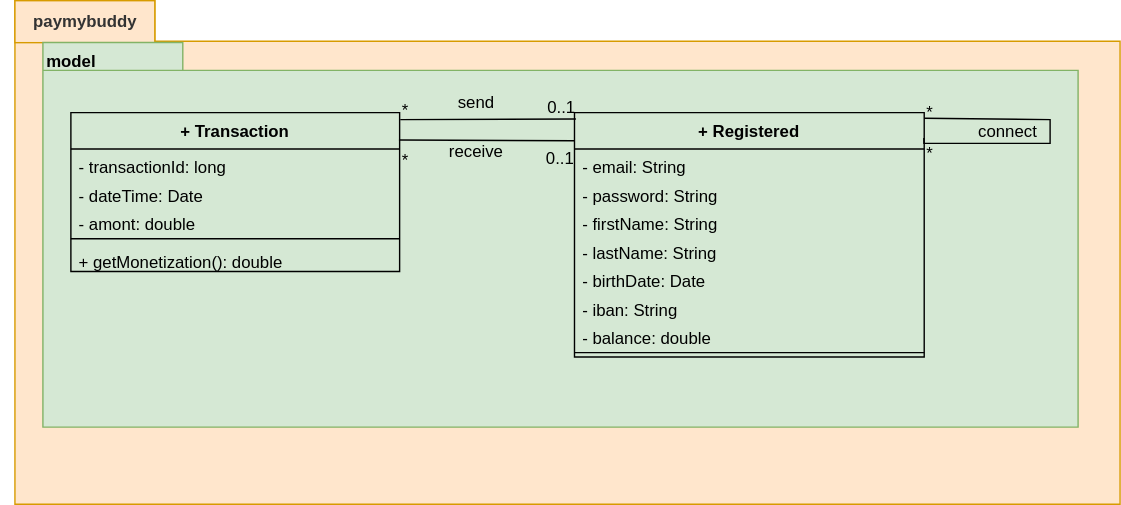
emmo78/com.paymybuddy.paymybuddy keeps this draw.io diagram as UML/payMyBuddyUML-ModelClasses.svg. Above is the earlier version. Source tidied: cells renumbered, new cells last; positions are measured from the earlier drawing's top-left corner, leaving out a move shared by most shapes.
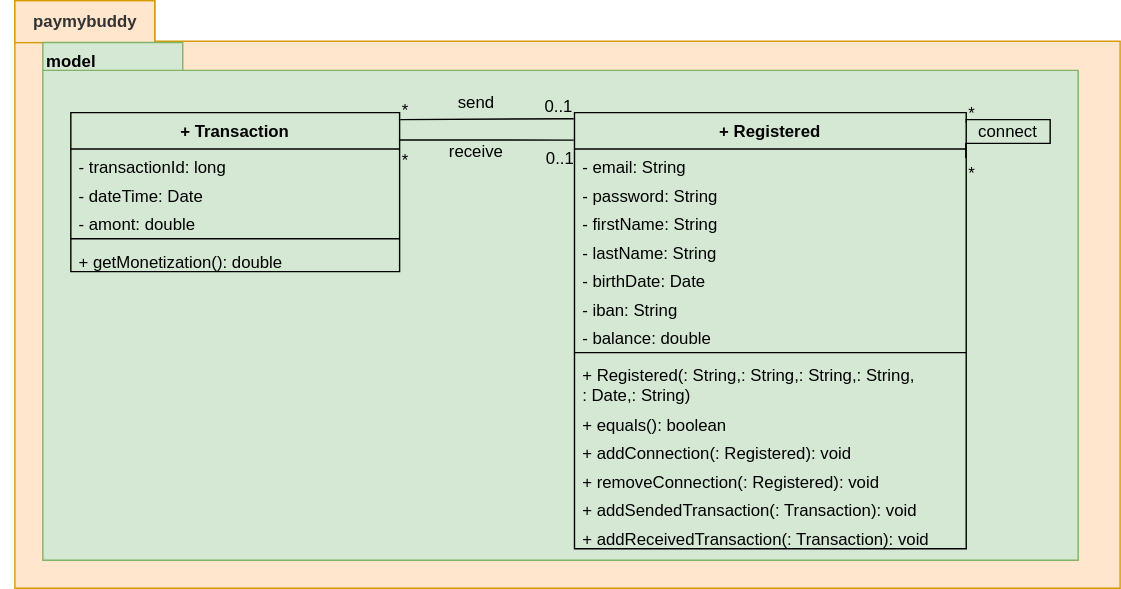
The same diagram one commit later.

Commit message:
wip : Registered ManyToMany Registered, joinTable connection, bidirectional done

Diff of the diagram source:
```diff
@@ -3,44 +3,62 @@
     <mxCell id="0" />
     <mxCell id="1" parent="0" />
     <mxCell id="2" style="shape=folder;fontStyle=1;spacingTop=10;tabWidth=100;tabHeight=29;tabPosition=left;html=1;fillColor=#ffe6cc;strokeColor=#d79b00;rotation=0;" parent="1" vertex="1">
-      <mxGeometry x="10" width="790" height="360" as="geometry" />
+      <mxGeometry x="10" width="790" height="420" as="geometry" />
     </mxCell>
     <mxCell id="3" value="&lt;b style=&quot;color: rgb(51, 51, 51);&quot;&gt;paymybuddy&lt;br&gt;&lt;/b&gt;" style="text;html=1;align=center;verticalAlign=middle;strokeColor=#d79b00;fillColor=#ffe6cc;gradientColor=none;glass=0;" parent="1" vertex="1">
       <mxGeometry x="10" width="100" height="30" as="geometry" />
     </mxCell>
     <mxCell id="4" style="shape=folder;fontStyle=1;spacingTop=10;tabWidth=100;tabHeight=20;tabPosition=left;html=1;fillColor=#d5e8d4;strokeColor=#82b366;" parent="1" vertex="1">
-      <mxGeometry x="30" y="29.8" width="740" height="275" as="geometry" />
+      <mxGeometry x="30" y="29.8" width="740" height="370.2" as="geometry" />
     </mxCell>
     <mxCell id="5" value="&lt;span style=&quot;font-size: 12px;&quot;&gt;model&lt;/span&gt;" style="text;strokeColor=none;fillColor=none;html=1;fontSize=24;fontStyle=1;verticalAlign=middle;align=center;" parent="1" vertex="1">
       <mxGeometry y="20" width="100" height="40" as="geometry" />
     </mxCell>
     <mxCell id="6" value="+ Registered" style="swimlane;fontStyle=1;align=center;verticalAlign=top;horizontal=1;startSize=26;fillColor=#d5e8d4;strokeColor=#000000;" parent="1" vertex="1">
-      <mxGeometry x="410" y="80" width="250" height="174.7" as="geometry" />
+      <mxGeometry x="410" y="80" width="280" height="311.7" as="geometry" />
     </mxCell>
     <mxCell id="7" value="- email: String" style="text;strokeColor=none;fillColor=none;align=left;verticalAlign=top;spacingLeft=4;spacingRight=4;overflow=hidden;" parent="6" vertex="1">
-      <mxGeometry y="26" width="250" height="20.3" as="geometry" />
+      <mxGeometry y="26" width="280" height="20.3" as="geometry" />
     </mxCell>
     <mxCell id="8" value="- password: String" style="text;strokeColor=none;fillColor=none;align=left;verticalAlign=top;spacingLeft=4;spacingRight=4;overflow=hidden;" parent="6" vertex="1">
-      <mxGeometry y="46.3" width="250" height="20.3" as="geometry" />
+      <mxGeometry y="46.3" width="280" height="20.3" as="geometry" />
     </mxCell>
     <mxCell id="9" value="- firstName: String" style="text;strokeColor=none;fillColor=none;align=left;verticalAlign=top;spacingLeft=4;spacingRight=4;overflow=hidden;" parent="6" vertex="1">
-      <mxGeometry y="66.7" width="250" height="20.3" as="geometry" />
+      <mxGeometry y="66.7" width="280" height="20.3" as="geometry" />
     </mxCell>
     <mxCell id="10" value="- lastName: String" style="text;strokeColor=none;fillColor=none;align=left;verticalAlign=top;spacingLeft=4;spacingRight=4;overflow=hidden;" parent="6" vertex="1">
-      <mxGeometry y="87" width="250" height="20.3" as="geometry" />
+      <mxGeometry y="87" width="280" height="20.3" as="geometry" />
     </mxCell>
     <mxCell id="11" value="- birthDate: Date" style="text;strokeColor=none;fillColor=none;align=left;verticalAlign=top;spacingLeft=4;spacingRight=4;overflow=hidden;" parent="6" vertex="1">
-      <mxGeometry y="107.4" width="250" height="20.3" as="geometry" />
+      <mxGeometry y="107.4" width="280" height="20.3" as="geometry" />
     </mxCell>
     <mxCell id="12" value="- iban: String" style="text;strokeColor=none;fillColor=none;align=left;verticalAlign=top;spacingLeft=4;spacingRight=4;overflow=hidden;" parent="6" vertex="1">
-      <mxGeometry y="127.7" width="250" height="20.3" as="geometry" />
+      <mxGeometry y="127.7" width="280" height="20.3" as="geometry" />
     </mxCell>
     <mxCell id="13" value="- balance: double" style="text;strokeColor=none;fillColor=none;align=left;verticalAlign=top;spacingLeft=4;spacingRight=4;overflow=hidden;" parent="6" vertex="1">
-      <mxGeometry y="148.1" width="250" height="20.3" as="geometry" />
+      <mxGeometry y="148.1" width="280" height="20.3" as="geometry" />
     </mxCell>
     <mxCell id="14" style="line;strokeWidth=1;fillColor=none;align=left;verticalAlign=middle;spacingTop=-1;spacingLeft=3;spacingRight=3;labelPosition=right;" parent="6" vertex="1">
-      <mxGeometry y="168.4" width="250" height="6.3" as="geometry" />
+      <mxGeometry y="168.4" width="280" height="6.3" as="geometry" />
     </mxCell>
+    <mxCell id="33" value="+ Registered(: String,: String,: String,: String,&#10;: Date,: String)" style="text;strokeColor=none;fillColor=none;align=left;verticalAlign=top;spacingLeft=4;spacingRight=4;overflow=hidden;" parent="6" vertex="1">
+      <mxGeometry y="174.7" width="280" height="35.3" as="geometry" />
+    </mxCell>
+    <mxCell id="34" value="+ equals(): boolean" style="text;strokeColor=none;fillColor=none;align=left;verticalAlign=top;spacingLeft=4;spacingRight=4;overflow=hidden;" parent="6" vertex="1">
+      <mxGeometry y="210" width="280" height="20.3" as="geometry" />
+    </mxCell>
+    <mxCell id="35" value="+ addConnection(: Registered): void" style="text;strokeColor=none;fillColor=none;align=left;verticalAlign=top;spacingLeft=4;spacingRight=4;overflow=hidden;" parent="6" vertex="1">
+      <mxGeometry y="230.3" width="280" height="20.3" as="geometry" />
+    </mxCell>
+    <mxCell id="36" value="+ removeConnection(: Registered): void" style="text;strokeColor=none;fillColor=none;align=left;verticalAlign=top;spacingLeft=4;spacingRight=4;overflow=hidden;" parent="6" vertex="1">
+      <mxGeometry y="250.7" width="280" height="20.3" as="geometry" />
+    </mxCell>
+    <mxCell id="37" value="+ addSendedTransaction(: Transaction): void" style="text;strokeColor=none;fillColor=none;align=left;verticalAlign=top;spacingLeft=4;spacingRight=4;overflow=hidden;" parent="6" vertex="1">
+      <mxGeometry y="271" width="280" height="20.3" as="geometry" />
+    </mxCell>
+    <mxCell id="38" value="+ addReceivedTransaction(: Transaction): void" style="text;strokeColor=none;fillColor=none;align=left;verticalAlign=top;spacingLeft=4;spacingRight=4;overflow=hidden;" parent="6" vertex="1">
+      <mxGeometry y="291.4" width="280" height="20.3" as="geometry" />
+    </mxCell>
     <mxCell id="15" value="+ Transaction" style="swimlane;fontStyle=1;align=center;verticalAlign=top;horizontal=1;startSize=26;fillColor=#d5e8d4;strokeColor=#000000;" parent="1" vertex="1">
       <mxGeometry x="50" y="80" width="235" height="113.6" as="geometry" />
     </mxCell>
@@ -75,7 +93,7 @@
     </mxCell>
     <mxCell id="24" value="*" style="html=1;align=left;verticalAlign=top;labelBackgroundColor=none;glass=0;gradientColor=none;" parent="23" vertex="1">
       <mxGeometry x="-1" relative="1" as="geometry">
-        <mxPoint y="-32" as="offset" />
+        <mxPoint y="-45" as="offset" />
       </mxGeometry>
     </mxCell>
     <mxCell id="25" value="*" style="html=1;align=left;verticalAlign=top;labelBackgroundColor=none;glass=0;gradientColor=none;" parent="23" vertex="1">
@@ -83,7 +101,7 @@
         <mxPoint y="-2" as="offset" />
       </mxGeometry>
     </mxCell>
-    <mxCell id="26" style="endArrow=none;html=1;rounded=0;align=center;verticalAlign=top;endFill=0;labelBackgroundColor=none;entryX=0.004;entryY=0.026;entryDx=0;entryDy=0;strokeColor=#000000;entryPerimeter=0;exitX=1.002;exitY=0.044;exitDx=0;exitDy=0;exitPerimeter=0;" parent="1" edge="1" source="15" target="6">
+    <mxCell id="26" style="endArrow=none;html=1;rounded=0;align=center;verticalAlign=top;endFill=0;labelBackgroundColor=none;entryX=-0.002;entryY=0.014;entryDx=0;entryDy=0;strokeColor=#000000;entryPerimeter=0;exitX=1.002;exitY=0.044;exitDx=0;exitDy=0;exitPerimeter=0;" parent="1" edge="1" source="15" target="6">
       <mxGeometry relative="1" as="geometry" />
     </mxCell>
     <mxCell id="27" value="*" style="html=1;align=left;verticalAlign=top;labelBackgroundColor=none;" parent="26" vertex="1">
@@ -94,7 +112,7 @@
     <mxCell id="28" value="&lt;span style=&quot;text-align: left&quot;&gt;0..1&lt;/span&gt;" style="html=1;align=right;verticalAlign=bottom;labelBackgroundColor=none;" parent="26" vertex="1">
       <mxGeometry x="1" relative="1" as="geometry" />
     </mxCell>
-    <mxCell id="29" style="endArrow=none;html=1;rounded=0;align=center;verticalAlign=top;endFill=0;labelBackgroundColor=none;strokeColor=#000000;entryX=0;entryY=0.115;entryDx=0;entryDy=0;entryPerimeter=0;exitX=0.998;exitY=0.172;exitDx=0;exitDy=0;exitPerimeter=0;" parent="1" edge="1" source="15" target="6">
+    <mxCell id="29" style="endArrow=none;html=1;rounded=0;align=center;verticalAlign=top;endFill=0;labelBackgroundColor=none;strokeColor=#000000;exitX=0.998;exitY=0.172;exitDx=0;exitDy=0;exitPerimeter=0;entryX=-0.002;entryY=0.063;entryDx=0;entryDy=0;entryPerimeter=0;" parent="1" edge="1" source="15" target="6">
       <mxGeometry relative="1" as="geometry" />
     </mxCell>
     <mxCell id="30" value="*" style="html=1;align=left;verticalAlign=top;labelBackgroundColor=none;" parent="29" vertex="1">
```
